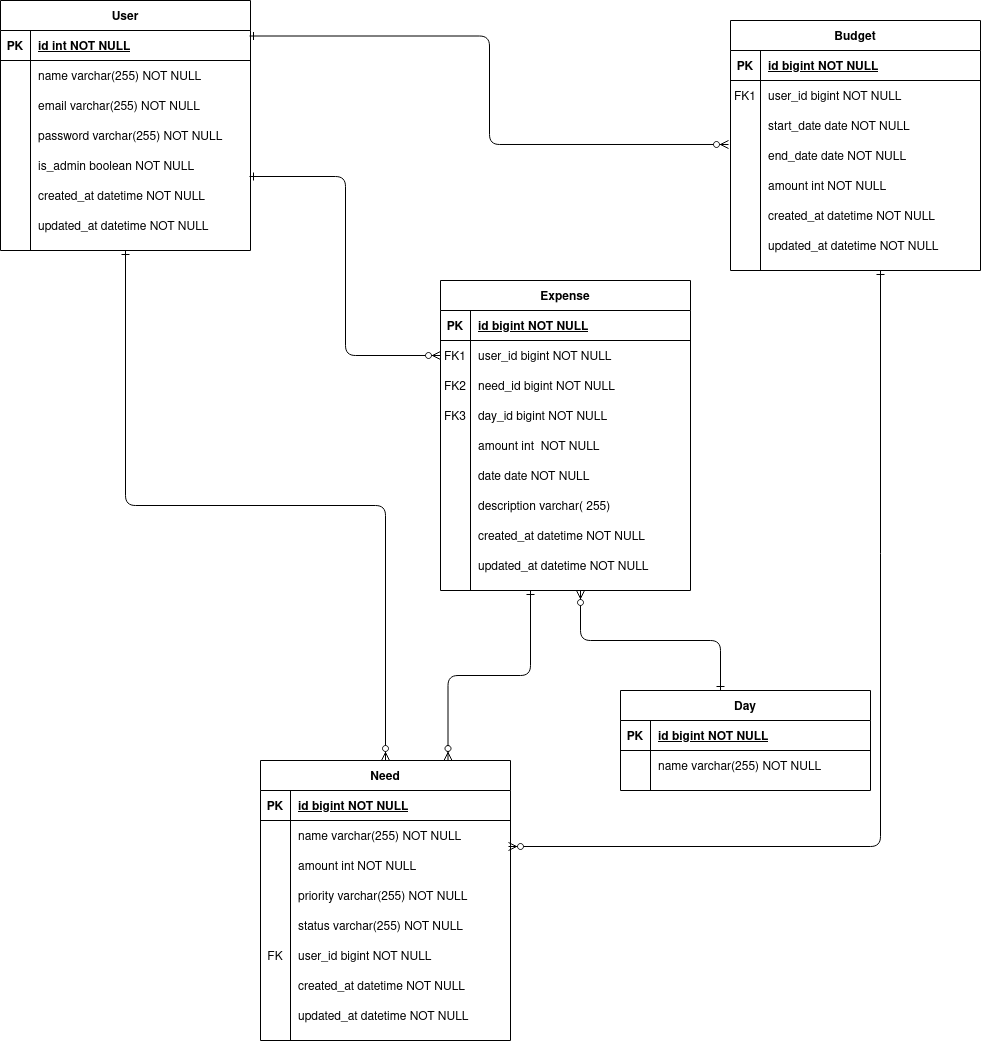
eaguidigodo/budman keeps this draw.io diagram as docs/budman_db.drawio.png. Above is the earlier version. Source tidied: cells renumbered, new cells last; positions are measured from the earlier drawing's top-left corner, leaving out a move shared by most shapes.
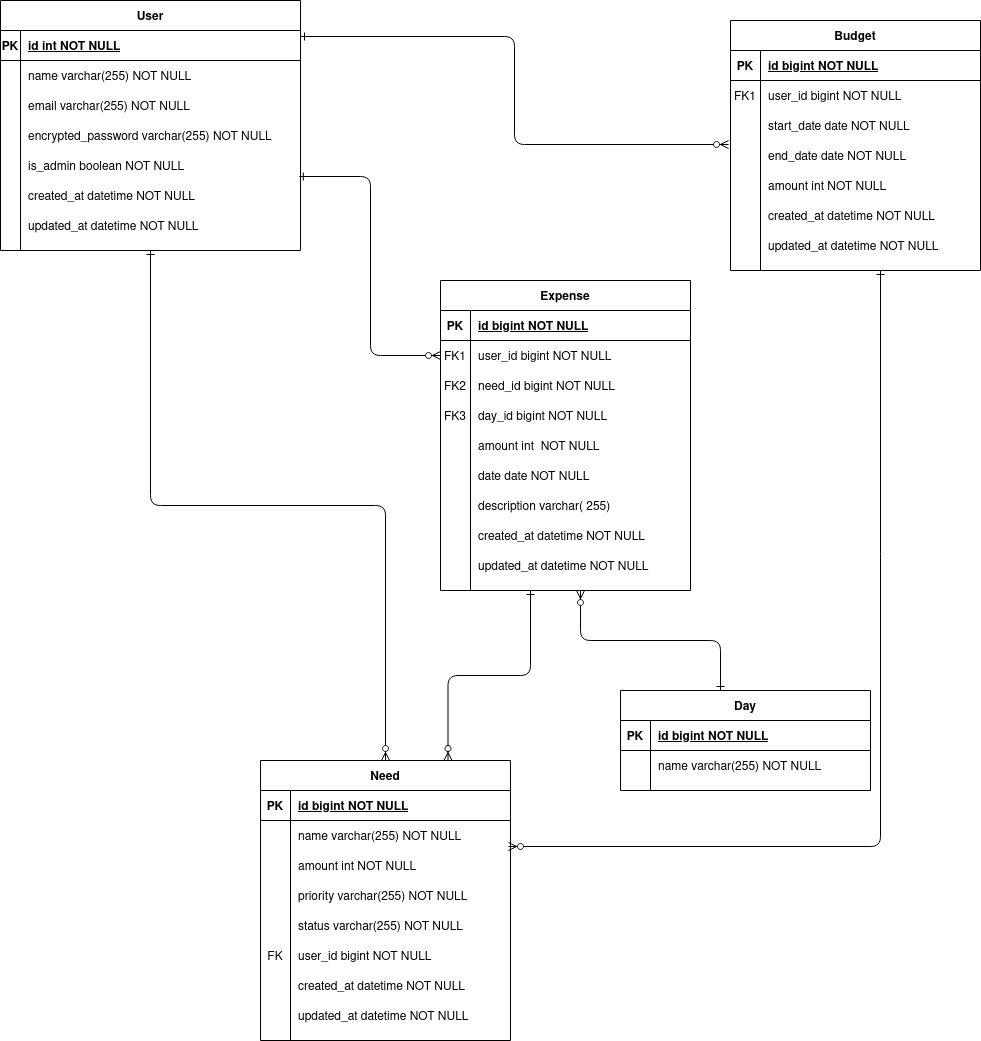
After the commit.

Commit message:
corrected relationship between budget and user in ERD

Change to the diagram source:
```diff
@@ -170,70 +170,70 @@
       <mxGeometry x="30" width="220" height="30" as="geometry" />
     </mxCell>
     <mxCell id="57" value="User" style="shape=table;startSize=30;rowLines=0;fontStyle=1;align=center;" parent="1" vertex="1">
-      <mxGeometry width="250" height="250" as="geometry" />
+      <mxGeometry width="300" height="250" as="geometry" />
     </mxCell>
     <mxCell id="58" style="shape=partialRectangle;fillColor=none;top=0;left=0;right=0;bottom=1;" parent="57" vertex="1">
-      <mxGeometry y="30" width="250" height="30" as="geometry" />
+      <mxGeometry y="30" width="300" height="30" as="geometry" />
     </mxCell>
     <mxCell id="59" value="PK" style="shape=partialRectangle;overflow=hidden;fillColor=none;top=0;left=0;bottom=0;right=0;fontStyle=1;" parent="58" vertex="1">
-      <mxGeometry width="30" height="30" as="geometry" />
+      <mxGeometry width="20" height="30" as="geometry" />
     </mxCell>
     <mxCell id="60" value="id int NOT NULL " style="shape=partialRectangle;overflow=hidden;fillColor=none;top=0;left=0;bottom=0;right=0;align=left;spacingLeft=6;fontStyle=5;" parent="58" vertex="1">
-      <mxGeometry x="30" width="220" height="30" as="geometry" />
+      <mxGeometry x="20" width="280" height="30" as="geometry" />
     </mxCell>
     <mxCell id="61" style="shape=partialRectangle;fillColor=none;top=0;left=0;right=0;bottom=0;" parent="57" vertex="1">
-      <mxGeometry y="60" width="250" height="30" as="geometry" />
+      <mxGeometry y="60" width="300" height="30" as="geometry" />
     </mxCell>
     <mxCell id="62" style="shape=partialRectangle;overflow=hidden;fillColor=none;top=0;left=0;bottom=0;right=0;" parent="61" vertex="1">
-      <mxGeometry width="30" height="30" as="geometry" />
+      <mxGeometry width="20" height="30" as="geometry" />
     </mxCell>
     <mxCell id="63" value="name varchar(255) NOT NULL" style="shape=partialRectangle;overflow=hidden;fillColor=none;top=0;left=0;bottom=0;right=0;align=left;spacingLeft=6;" parent="61" vertex="1">
-      <mxGeometry x="30" width="220" height="30" as="geometry" />
+      <mxGeometry x="20" width="280" height="30" as="geometry" />
     </mxCell>
     <mxCell id="64" style="shape=partialRectangle;fillColor=none;top=0;left=0;right=0;bottom=0;" parent="57" vertex="1">
-      <mxGeometry y="90" width="250" height="30" as="geometry" />
+      <mxGeometry y="90" width="300" height="30" as="geometry" />
     </mxCell>
     <mxCell id="65" style="shape=partialRectangle;overflow=hidden;fillColor=none;top=0;left=0;bottom=0;right=0;" parent="64" vertex="1">
-      <mxGeometry width="30" height="30" as="geometry" />
+      <mxGeometry width="20" height="30" as="geometry" />
     </mxCell>
     <mxCell id="66" value="email varchar(255) NOT NULL" style="shape=partialRectangle;overflow=hidden;fillColor=none;top=0;left=0;bottom=0;right=0;align=left;spacingLeft=6;" parent="64" vertex="1">
-      <mxGeometry x="30" width="220" height="30" as="geometry" />
+      <mxGeometry x="20" width="280" height="30" as="geometry" />
     </mxCell>
     <mxCell id="67" style="shape=partialRectangle;fillColor=none;top=0;left=0;right=0;bottom=0;" parent="57" vertex="1">
-      <mxGeometry y="120" width="250" height="30" as="geometry" />
+      <mxGeometry y="120" width="300" height="30" as="geometry" />
     </mxCell>
     <mxCell id="68" style="shape=partialRectangle;overflow=hidden;fillColor=none;top=0;left=0;bottom=0;right=0;" parent="67" vertex="1">
-      <mxGeometry width="30" height="30" as="geometry" />
+      <mxGeometry width="20" height="30" as="geometry" />
     </mxCell>
-    <mxCell id="69" value="password varchar(255) NOT NULL" style="shape=partialRectangle;overflow=hidden;fillColor=none;top=0;left=0;bottom=0;right=0;align=left;spacingLeft=6;" parent="67" vertex="1">
-      <mxGeometry x="30" width="220" height="30" as="geometry" />
+    <mxCell id="69" value="encrypted_password varchar(255) NOT NULL" style="shape=partialRectangle;overflow=hidden;fillColor=none;top=0;left=0;bottom=0;right=0;align=left;spacingLeft=6;" parent="67" vertex="1">
+      <mxGeometry x="20" width="280" height="30" as="geometry" />
     </mxCell>
     <mxCell id="70" style="shape=partialRectangle;fillColor=none;points=[[0,0.5],[1,0.5]];portConstraint=eastwest;top=0;left=0;right=0;bottom=0;" parent="57" vertex="1">
-      <mxGeometry y="150" width="250" height="30" as="geometry" />
+      <mxGeometry y="150" width="300" height="30" as="geometry" />
     </mxCell>
     <mxCell id="71" style="shape=partialRectangle;overflow=hidden;fillColor=none;top=0;left=0;bottom=0;right=0;" parent="70" vertex="1">
-      <mxGeometry width="30" height="30" as="geometry" />
+      <mxGeometry width="20" height="30" as="geometry" />
     </mxCell>
     <mxCell id="72" value="is_admin boolean NOT NULL" style="shape=partialRectangle;overflow=hidden;fillColor=none;top=0;left=0;bottom=0;right=0;align=left;spacingLeft=6;" parent="70" vertex="1">
-      <mxGeometry x="30" width="220" height="30" as="geometry" />
+      <mxGeometry x="20" width="280" height="30" as="geometry" />
     </mxCell>
     <mxCell id="73" style="shape=partialRectangle;fillColor=none;top=0;left=0;right=0;bottom=0;" parent="57" vertex="1">
-      <mxGeometry y="180" width="250" height="30" as="geometry" />
+      <mxGeometry y="180" width="300" height="30" as="geometry" />
     </mxCell>
     <mxCell id="74" style="shape=partialRectangle;overflow=hidden;fillColor=none;top=0;left=0;bottom=0;right=0;" parent="73" vertex="1">
-      <mxGeometry width="30" height="30" as="geometry" />
+      <mxGeometry width="20" height="30" as="geometry" />
     </mxCell>
     <mxCell id="75" value="created_at datetime NOT NULL" style="shape=partialRectangle;overflow=hidden;fillColor=none;top=0;left=0;bottom=0;right=0;align=left;spacingLeft=6;" parent="73" vertex="1">
-      <mxGeometry x="30" width="220" height="30" as="geometry" />
+      <mxGeometry x="20" width="280" height="30" as="geometry" />
     </mxCell>
     <mxCell id="76" style="shape=partialRectangle;fillColor=none;top=0;left=0;right=0;bottom=0;" parent="57" vertex="1">
-      <mxGeometry y="210" width="250" height="30" as="geometry" />
+      <mxGeometry y="210" width="300" height="30" as="geometry" />
     </mxCell>
     <mxCell id="77" style="shape=partialRectangle;overflow=hidden;fillColor=none;top=0;left=0;bottom=0;right=0;" parent="76" vertex="1">
-      <mxGeometry width="30" height="30" as="geometry" />
+      <mxGeometry width="20" height="30" as="geometry" />
     </mxCell>
     <mxCell id="78" value="updated_at datetime NOT NULL" style="shape=partialRectangle;overflow=hidden;fillColor=none;top=0;left=0;bottom=0;right=0;align=left;spacingLeft=6;" parent="76" vertex="1">
-      <mxGeometry x="30" width="220" height="30" as="geometry" />
+      <mxGeometry x="20" width="280" height="30" as="geometry" />
     </mxCell>
     <mxCell id="79" value="Budget" style="shape=table;startSize=30;rowLines=0;fontStyle=1;align=center;" parent="1" vertex="1">
       <mxGeometry x="730" y="20" width="250" height="250" as="geometry" />
@@ -335,9 +335,9 @@
     <mxCell id="110" style="endArrow=ERzeroToMany;startArrow=ERone;endFill=1;startFill=0;edgeStyle=orthogonalEdgeStyle;entryX=0.5;entryY=0;entryDx=0;entryDy=0;exitX=0.5;exitY=1;exitDx=0;exitDy=0;elbow=vertical;" parent="1" edge="1" source="57" target="32">
       <mxGeometry relative="1" as="geometry" />
     </mxCell>
-    <mxCell id="111" style="endArrow=ERzeroToMany;startArrow=ERone;endFill=1;startFill=0;edgeStyle=elbowEdgeStyle;exitX=0.996;exitY=0.867;exitDx=0;exitDy=0;exitPerimeter=0;entryX=-0.008;entryY=0.133;entryDx=0;entryDy=0;entryPerimeter=0;" parent="1" edge="1" target="89">
+    <mxCell id="111" style="endArrow=ERzeroToMany;startArrow=ERone;endFill=1;startFill=0;edgeStyle=elbowEdgeStyle;entryX=-0.008;entryY=0.133;entryDx=0;entryDy=0;entryPerimeter=0;" parent="1" edge="1" target="89">
       <mxGeometry relative="1" as="geometry">
-        <mxPoint x="249" y="35.5" as="sourcePoint" />
+        <mxPoint x="300" y="36" as="sourcePoint" />
       </mxGeometry>
     </mxCell>
   </root>
```
